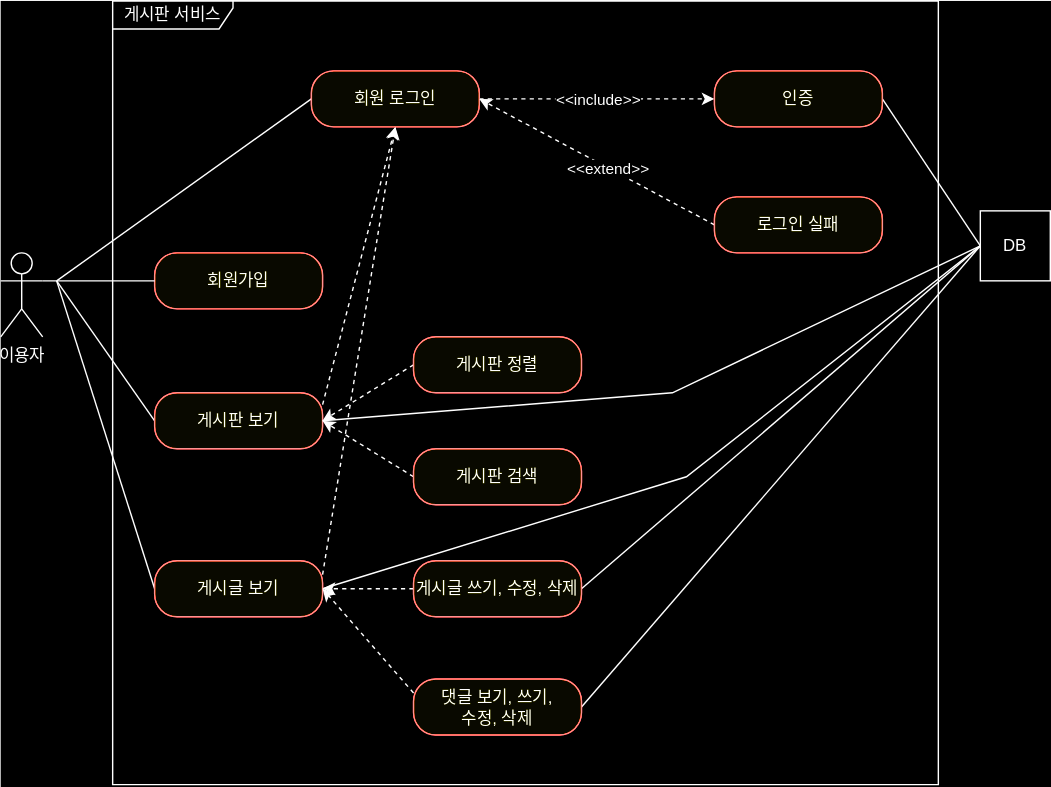
Earlier version of the draw.io export document/use-case.svg (Jeong-Dong-gi/board-practice). Source tidied: cells renumbered, new cells last; positions are measured from the earlier drawing's top-left corner, leaving out a move shared by most shapes.
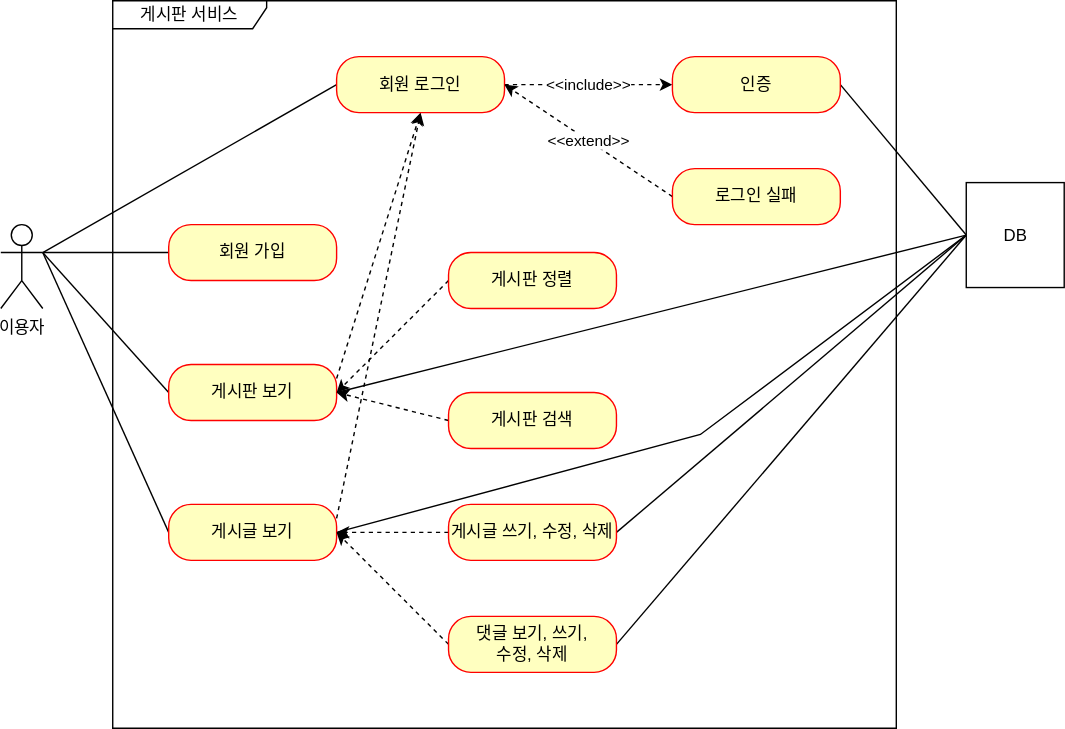
After the commit.

Change to the diagram source:
```diff
@@ -3,118 +3,108 @@
     <mxCell id="0" />
     <mxCell id="1" parent="0" />
     <mxCell id="2" value="이용자" style="shape=umlActor;verticalLabelPosition=bottom;verticalAlign=top;html=1;" parent="1" vertex="1">
-      <mxGeometry y="180" width="30" height="60" as="geometry" />
+      <mxGeometry y="220" width="30" height="60" as="geometry" />
     </mxCell>
-    <mxCell id="3" value="게시판 서비스" style="shape=umlFrame;whiteSpace=wrap;html=1;width=86;height=20;" parent="1" vertex="1">
-      <mxGeometry x="80" width="590" height="560" as="geometry" />
+    <mxCell id="3" value="게시판 서비스" style="shape=umlFrame;whiteSpace=wrap;html=1;width=110;height=20;" parent="1" vertex="1">
+      <mxGeometry x="80" y="60" width="560" height="520" as="geometry" />
     </mxCell>
-    <mxCell id="4" value="회원가입" style="rounded=1;whiteSpace=wrap;html=1;arcSize=40;fontColor=#000000;fillColor=#ffffc0;strokeColor=#ff0000;" parent="1" vertex="1">
-      <mxGeometry x="110" y="180" width="120" height="40" as="geometry" />
-    </mxCell>
-    <mxCell id="5" style="rounded=0;jettySize=auto;html=1;exitX=0;exitY=0.5;exitDx=0;exitDy=0;endArrow=none;endFill=0;" parent="1" edge="1" source="6">
-      <mxGeometry relative="1" as="geometry">
-        <mxPoint x="40" y="200" as="targetPoint" />
-      </mxGeometry>
-    </mxCell>
+    <mxCell id="34" style="rounded=0;jettySize=auto;html=1;exitX=0;exitY=0.5;exitDx=0;exitDy=0;entryX=1;entryY=0.3333333333333333;entryDx=0;entryDy=0;entryPerimeter=0;endArrow=none;endFill=0;" parent="1" edge="1" source="35" target="2">
+      <mxGeometry relative="1" as="geometry" />
+    </mxCell>
+    <mxCell id="35" value="회원 가입" style="rounded=1;whiteSpace=wrap;html=1;arcSize=40;fontColor=#000000;fillColor=#ffffc0;strokeColor=#ff0000;" parent="1" vertex="1">
+      <mxGeometry x="120" y="220" width="120" height="40" as="geometry" />
+    </mxCell>
+    <mxCell id="36" style="edgeStyle=none;rounded=0;jettySize=auto;html=1;exitX=0;exitY=0.5;exitDx=0;exitDy=0;entryX=1;entryY=0.3333333333333333;entryDx=0;entryDy=0;entryPerimeter=0;endArrow=none;endFill=0;" parent="1" edge="1" source="6" target="2">
+      <mxGeometry relative="1" as="geometry" />
+    </mxCell>
+    <mxCell id="37" style="edgeStyle=none;rounded=0;jettySize=auto;html=1;exitX=1;exitY=0.25;exitDx=0;exitDy=0;entryX=0.5;entryY=1;entryDx=0;entryDy=0;dashed=1;endArrow=classic;endFill=1;" parent="1" edge="1" source="6" target="14">
+      <mxGeometry relative="1" as="geometry" />
+    </mxCell>
+    <mxCell id="38" style="edgeStyle=none;rounded=0;jettySize=auto;html=1;exitX=1;exitY=0.5;exitDx=0;exitDy=0;entryX=0;entryY=0.5;entryDx=0;entryDy=0;endArrow=none;endFill=0;" parent="1" edge="1" source="6" target="33">
+      <mxGeometry relative="1" as="geometry" />
+    </mxCell>
     <mxCell id="6" value="게시판 보기" style="rounded=1;whiteSpace=wrap;html=1;arcSize=40;fontColor=#000000;fillColor=#ffffc0;strokeColor=#ff0000;" parent="1" vertex="1">
-      <mxGeometry x="110" y="280" width="120" height="40" as="geometry" />
+      <mxGeometry x="120" y="320" width="120" height="40" as="geometry" />
     </mxCell>
-    <mxCell id="7" style="rounded=0;jettySize=auto;html=1;exitX=0;exitY=0.5;exitDx=0;exitDy=0;endArrow=none;endFill=0;" parent="1" edge="1" source="10">
-      <mxGeometry relative="1" as="geometry">
-        <mxPoint x="40" y="200" as="targetPoint" />
-      </mxGeometry>
-    </mxCell>
-    <mxCell id="8" style="rounded=0;jettySize=auto;html=1;entryX=0.5;entryY=1;entryDx=0;entryDy=0;exitX=1;exitY=0.25;exitDx=0;exitDy=0;dashed=1;" parent="1" edge="1" source="10" target="14">
-      <mxGeometry relative="1" as="geometry" />
-    </mxCell>
+    <mxCell id="39" style="edgeStyle=none;rounded=0;jettySize=auto;html=1;exitX=0;exitY=0.5;exitDx=0;exitDy=0;endArrow=none;endFill=0;" parent="1" edge="1" source="10">
+      <mxGeometry relative="1" as="geometry">
+        <mxPoint x="30" y="240" as="targetPoint" />
+      </mxGeometry>
+    </mxCell>
+    <mxCell id="40" style="edgeStyle=none;rounded=0;jettySize=auto;html=1;exitX=1;exitY=0.25;exitDx=0;exitDy=0;dashed=1;endArrow=classic;endFill=1;" parent="1" edge="1" source="10">
+      <mxGeometry relative="1" as="geometry">
+        <mxPoint x="300" y="140" as="targetPoint" />
+      </mxGeometry>
+    </mxCell>
-    <mxCell id="9" style="rounded=0;jettySize=auto;html=1;entryX=0;entryY=0.5;entryDx=0;entryDy=0;endArrow=none;endFill=0;exitX=1;exitY=0.5;exitDx=0;exitDy=0;" parent="1" edge="1" source="10" target="33">
+    <mxCell id="9" style="edgeStyle=none;rounded=0;jettySize=auto;html=1;exitX=1;exitY=0.5;exitDx=0;exitDy=0;entryX=0;entryY=0.5;entryDx=0;entryDy=0;endArrow=none;endFill=0;" parent="1" edge="1" source="10" target="33">
       <mxGeometry relative="1" as="geometry">
         <Array as="points">
-          <mxPoint x="490" y="340" />
+          <mxPoint x="500" y="370" />
         </Array>
       </mxGeometry>
     </mxCell>
     <mxCell id="10" value="게시글 보기" style="rounded=1;whiteSpace=wrap;html=1;arcSize=40;fontColor=#000000;fillColor=#ffffc0;strokeColor=#ff0000;" parent="1" vertex="1">
-      <mxGeometry x="110" y="400" width="120" height="40" as="geometry" />
+      <mxGeometry x="120" y="420" width="120" height="40" as="geometry" />
     </mxCell>
-    <mxCell id="11" style="rounded=0;jettySize=auto;html=1;exitX=0;exitY=0.5;exitDx=0;exitDy=0;endArrow=none;endFill=0;" parent="1" edge="1" source="14">
-      <mxGeometry relative="1" as="geometry">
-        <mxPoint x="40" y="200" as="targetPoint" />
-      </mxGeometry>
-    </mxCell>
-    <mxCell id="12" style="rounded=0;jettySize=auto;html=1;exitX=1;exitY=0.5;exitDx=0;exitDy=0;endArrow=classic;endFill=1;dashed=1;" parent="1" edge="1" source="14" target="16">
-      <mxGeometry relative="1" as="geometry" />
-    </mxCell>
+    <mxCell id="41" style="edgeStyle=none;rounded=0;jettySize=auto;html=1;exitX=0;exitY=0.5;exitDx=0;exitDy=0;endArrow=none;endFill=0;" parent="1" edge="1" source="14">
+      <mxGeometry relative="1" as="geometry">
+        <mxPoint x="30" y="240" as="targetPoint" />
+      </mxGeometry>
+    </mxCell>
-    <mxCell id="13" value="&amp;lt;&amp;lt;include&amp;gt;&amp;gt;" style="edgeLabel;html=1;align=center;verticalAlign=middle;" parent="12" vertex="1">
-      <mxGeometry x="0.01" y="-1" relative="1" as="geometry" />
+    <mxCell id="13" value="&amp;lt;&amp;lt;include&amp;gt;&amp;gt;" style="edgeStyle=none;rounded=0;jettySize=auto;html=1;exitX=1;exitY=0.5;exitDx=0;exitDy=0;entryX=0;entryY=0.5;entryDx=0;entryDy=0;endArrow=classic;endFill=1;dashed=1;" parent="1" edge="1" source="14" target="16">
+      <mxGeometry relative="1" as="geometry" />
     </mxCell>
     <mxCell id="14" value="회원 로그인" style="rounded=1;whiteSpace=wrap;html=1;arcSize=40;fontColor=#000000;fillColor=#ffffc0;strokeColor=#ff0000;" parent="1" vertex="1">
-      <mxGeometry x="222" y="50" width="120" height="40" as="geometry" />
+      <mxGeometry x="240" y="100" width="120" height="40" as="geometry" />
     </mxCell>
-    <mxCell id="15" style="rounded=0;jettySize=auto;html=1;exitX=1;exitY=0.5;exitDx=0;exitDy=0;entryX=0;entryY=0.5;entryDx=0;entryDy=0;endArrow=none;endFill=0;" parent="1" edge="1" source="16" target="33">
+    <mxCell id="15" style="edgeStyle=none;rounded=0;jettySize=auto;html=1;exitX=1;exitY=0.5;exitDx=0;exitDy=0;entryX=0;entryY=0.5;entryDx=0;entryDy=0;endArrow=none;endFill=0;" parent="1" edge="1" source="16" target="33">
       <mxGeometry relative="1" as="geometry" />
     </mxCell>
     <mxCell id="16" value="인증" style="rounded=1;whiteSpace=wrap;html=1;arcSize=40;fontColor=#000000;fillColor=#ffffc0;strokeColor=#ff0000;" parent="1" vertex="1">
-      <mxGeometry x="510" y="50" width="120" height="40" as="geometry" />
+      <mxGeometry x="480" y="100" width="120" height="40" as="geometry" />
     </mxCell>
-    <mxCell id="17" style="rounded=0;jettySize=auto;html=1;exitX=0;exitY=0.5;exitDx=0;exitDy=0;entryX=1;entryY=0.5;entryDx=0;entryDy=0;endArrow=classic;endFill=1;dashed=1;" parent="1" edge="1" source="19" target="14">
-      <mxGeometry relative="1" as="geometry" />
-    </mxCell>
-    <mxCell id="18" value="&amp;lt;&amp;lt;extend&amp;gt;&amp;gt;" style="edgeLabel;html=1;align=center;verticalAlign=middle;" parent="17" vertex="1">
-      <mxGeometry x="-0.09" y="1" relative="1" as="geometry" />
+    <mxCell id="18" value="&amp;lt;&amp;lt;extend&amp;gt;&amp;gt;" style="edgeStyle=none;rounded=0;jettySize=auto;html=1;exitX=0;exitY=0.5;exitDx=0;exitDy=0;entryX=1;entryY=0.5;entryDx=0;entryDy=0;endArrow=classic;endFill=1;dashed=1;" parent="1" edge="1" source="19" target="14">
+      <mxGeometry relative="1" as="geometry" />
     </mxCell>
     <mxCell id="19" value="로그인 실패" style="rounded=1;whiteSpace=wrap;html=1;arcSize=40;fontColor=#000000;fillColor=#ffffc0;strokeColor=#ff0000;" parent="1" vertex="1">
-      <mxGeometry x="510" y="140" width="120" height="40" as="geometry" />
+      <mxGeometry x="480" y="180" width="120" height="40" as="geometry" />
     </mxCell>
-    <mxCell id="20" style="rounded=0;jettySize=auto;html=1;entryX=1;entryY=0.5;entryDx=0;entryDy=0;exitX=0;exitY=0.5;exitDx=0;exitDy=0;dashed=1;" parent="1" edge="1" source="21" target="6">
+    <mxCell id="20" style="edgeStyle=none;rounded=0;jettySize=auto;html=1;exitX=0;exitY=0.5;exitDx=0;exitDy=0;entryX=1;entryY=0.5;entryDx=0;entryDy=0;dashed=1;endArrow=classic;endFill=1;" parent="1" edge="1" source="21" target="6">
       <mxGeometry relative="1" as="geometry" />
     </mxCell>
     <mxCell id="21" value="게시판 정렬" style="rounded=1;whiteSpace=wrap;html=1;arcSize=40;fontColor=#000000;fillColor=#ffffc0;strokeColor=#ff0000;" parent="1" vertex="1">
-      <mxGeometry x="295" y="240" width="120" height="40" as="geometry" />
+      <mxGeometry x="320" y="240" width="120" height="40" as="geometry" />
     </mxCell>
-    <mxCell id="22" style="rounded=0;jettySize=auto;html=1;dashed=1;exitX=0;exitY=0.5;exitDx=0;exitDy=0;" parent="1" edge="1" source="23">
-      <mxGeometry relative="1" as="geometry">
-        <mxPoint x="230" y="300" as="targetPoint" />
-      </mxGeometry>
-    </mxCell>
+    <mxCell id="42" style="edgeStyle=none;rounded=0;jettySize=auto;html=1;exitX=0;exitY=0.5;exitDx=0;exitDy=0;dashed=1;endArrow=classic;endFill=1;" parent="1" edge="1" source="23">
+      <mxGeometry relative="1" as="geometry">
+        <mxPoint x="240" y="340" as="targetPoint" />
+      </mxGeometry>
+    </mxCell>
     <mxCell id="23" value="게시판 검색" style="rounded=1;whiteSpace=wrap;html=1;arcSize=40;fontColor=#000000;fillColor=#ffffc0;strokeColor=#ff0000;" parent="1" vertex="1">
-      <mxGeometry x="295" y="320" width="120" height="40" as="geometry" />
+      <mxGeometry x="320" y="340" width="120" height="40" as="geometry" />
     </mxCell>
-    <mxCell id="24" style="rounded=0;jettySize=auto;html=1;entryX=1;entryY=0.5;entryDx=0;entryDy=0;dashed=1;" parent="1" edge="1" source="26" target="10">
+    <mxCell id="24" style="edgeStyle=none;rounded=0;jettySize=auto;html=1;exitX=0;exitY=0.5;exitDx=0;exitDy=0;entryX=1;entryY=0.5;entryDx=0;entryDy=0;dashed=1;endArrow=classic;endFill=1;" parent="1" edge="1" source="26" target="10">
       <mxGeometry relative="1" as="geometry" />
     </mxCell>
-    <mxCell id="25" style="rounded=0;jettySize=auto;html=1;exitX=1;exitY=0.5;exitDx=0;exitDy=0;entryX=0;entryY=0.5;entryDx=0;entryDy=0;endArrow=none;endFill=0;" parent="1" edge="1" source="26" target="33">
+    <mxCell id="25" style="edgeStyle=none;rounded=0;jettySize=auto;html=1;exitX=1;exitY=0.5;exitDx=0;exitDy=0;entryX=0;entryY=0.5;entryDx=0;entryDy=0;endArrow=none;endFill=0;" parent="1" edge="1" source="26" target="33">
       <mxGeometry relative="1" as="geometry" />
     </mxCell>
     <mxCell id="26" value="게시글 쓰기, 수정, 삭제" style="rounded=1;whiteSpace=wrap;html=1;arcSize=40;fontColor=#000000;fillColor=#ffffc0;strokeColor=#ff0000;" parent="1" vertex="1">
-      <mxGeometry x="295" y="400" width="120" height="40" as="geometry" />
+      <mxGeometry x="320" y="420" width="120" height="40" as="geometry" />
     </mxCell>
-    <mxCell id="27" style="rounded=0;jettySize=auto;html=1;entryX=1;entryY=0.5;entryDx=0;entryDy=0;exitX=0;exitY=0.25;exitDx=0;exitDy=0;dashed=1;" parent="1" edge="1" source="29" target="10">
-      <mxGeometry relative="1" as="geometry" />
-    </mxCell>
+    <mxCell id="43" style="edgeStyle=none;rounded=0;jettySize=auto;html=1;exitX=0;exitY=0.5;exitDx=0;exitDy=0;dashed=1;endArrow=classic;endFill=1;" parent="1" edge="1" source="29">
+      <mxGeometry relative="1" as="geometry">
+        <mxPoint x="240" y="440" as="targetPoint" />
+      </mxGeometry>
+    </mxCell>
-    <mxCell id="28" style="rounded=0;jettySize=auto;html=1;exitX=1;exitY=0.5;exitDx=0;exitDy=0;entryX=0;entryY=0.5;entryDx=0;entryDy=0;endArrow=none;endFill=0;" parent="1" edge="1" source="29" target="33">
+    <mxCell id="28" style="edgeStyle=none;rounded=0;jettySize=auto;html=1;exitX=1;exitY=0.5;exitDx=0;exitDy=0;endArrow=none;endFill=0;entryX=0;entryY=0.5;entryDx=0;entryDy=0;" parent="1" edge="1" source="29" target="33">
       <mxGeometry relative="1" as="geometry" />
     </mxCell>
-    <mxCell id="29" value="댓글 보기, 쓰기,&lt;div&gt;수정, 삭제&lt;/div&gt;" style="rounded=1;whiteSpace=wrap;html=1;arcSize=40;fontColor=#000000;fillColor=#ffffc0;strokeColor=#ff0000;" parent="1" vertex="1">
-      <mxGeometry x="295" y="484.5" width="120" height="40" as="geometry" />
+    <mxCell id="29" value="댓글 보기, 쓰기,&lt;br&gt;수정, 삭제" style="rounded=1;whiteSpace=wrap;html=1;arcSize=40;fontColor=#000000;fillColor=#ffffc0;strokeColor=#ff0000;" parent="1" vertex="1">
+      <mxGeometry x="320" y="500" width="120" height="40" as="geometry" />
     </mxCell>
-    <mxCell id="30" style="rounded=0;jettySize=auto;html=1;entryX=1;entryY=0.3333333333333333;entryDx=0;entryDy=0;entryPerimeter=0;endArrow=none;endFill=0;" parent="1" edge="1" source="4" target="2">
-      <mxGeometry relative="1" as="geometry" />
-    </mxCell>
-    <mxCell id="31" style="rounded=0;jettySize=auto;html=1;entryX=0.5;entryY=1;entryDx=0;entryDy=0;exitX=1;exitY=0.25;exitDx=0;exitDy=0;dashed=1;" parent="1" edge="1" target="14">
-      <mxGeometry relative="1" as="geometry">
-        <mxPoint x="230" y="288.5" as="sourcePoint" />
-      </mxGeometry>
-    </mxCell>
-    <mxCell id="32" style="rounded=0;jettySize=auto;html=1;exitX=0;exitY=0.5;exitDx=0;exitDy=0;entryX=1;entryY=0.5;entryDx=0;entryDy=0;endArrow=none;endFill=0;" parent="1" edge="1" source="33" target="6">
-      <mxGeometry relative="1" as="geometry">
-        <Array as="points">
-          <mxPoint x="480" y="280" />
-        </Array>
-      </mxGeometry>
-    </mxCell>
-    <mxCell id="33" value="DB" style="html=1;whiteSpace=wrap;" parent="1" vertex="1">
-      <mxGeometry x="700" y="150" width="50" height="50" as="geometry" />
+    <mxCell id="33" value="DB" style="html=1;" parent="1" vertex="1">
+      <mxGeometry x="690" y="190" width="70" height="75" as="geometry" />
     </mxCell>
   </root>
 </mxGraphModel>
```
